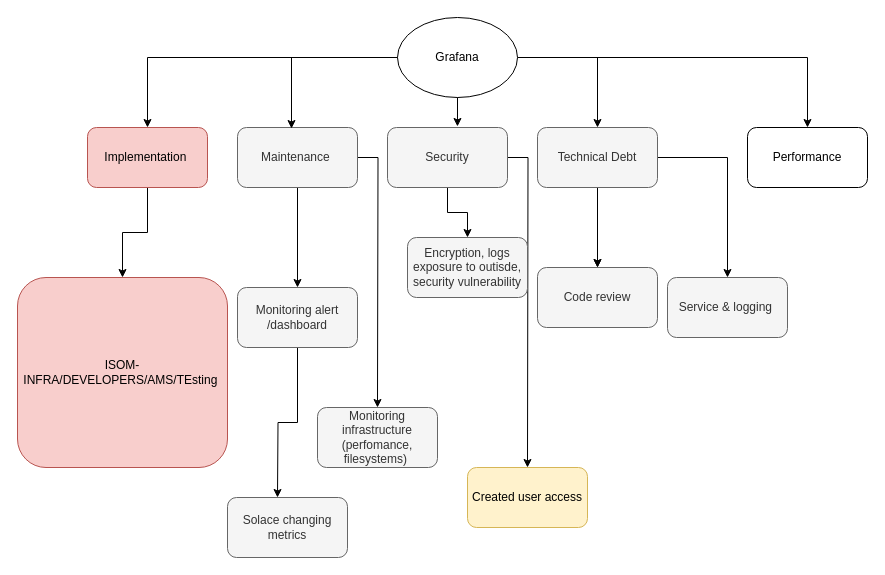
Before: grafana.drawio in chkamal2006/FlowChart, a draw.io diagram. Source tidied: cells renumbered, new cells numbered last; positions are measured from the earlier drawing's top-left corner, leaving out a move shared by most shapes. Both pictures are drawn from the tidied source at 100%, with x=0, y=0 at pixel (17, 17).
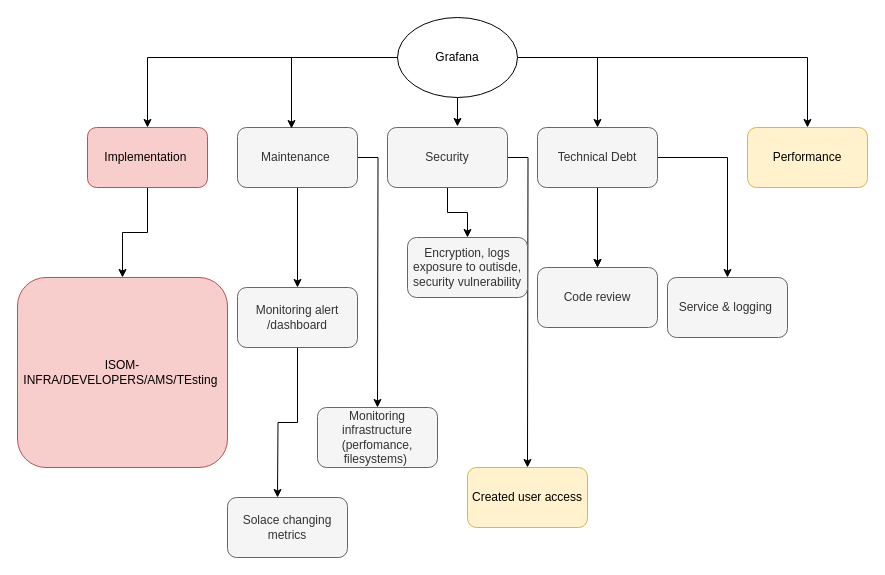
Above is the later version.

What changed in the source:
```diff
@@
-    <mxCell id="15" value="Performance" style="rounded=1;whiteSpace=wrap;html=1;" parent="1" vertex="1">
+    <mxCell id="15" value="Performance" style="rounded=1;whiteSpace=wrap;html=1;fillColor=#fff2cc;strokeColor=#d6b656;" parent="1" vertex="1">
       <mxGeometry x="730" y="110" width="120" height="60" as="geometry" />
     </mxCell>
```
